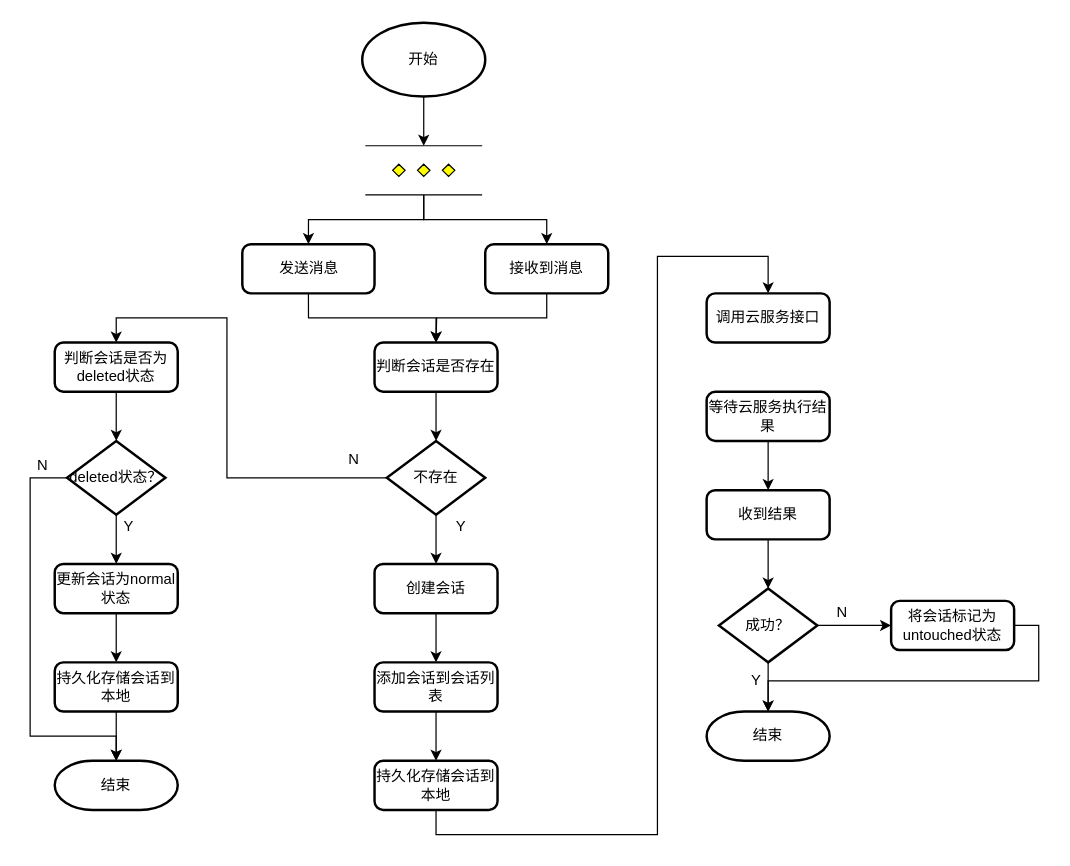
Earlier version of the draw.io diagram page "第 2 页" (2 of 10) of 获取会话列表.drawio (liuao2010/360MobileSafe). Source tidied: cells renumbered, new cells numbered last; positions are measured from the earlier drawing's top-left corner, leaving out a move shared by most shapes. Both pictures are drawn from the tidied source at 123%, with x=0, y=0 at pixel (30, 22).
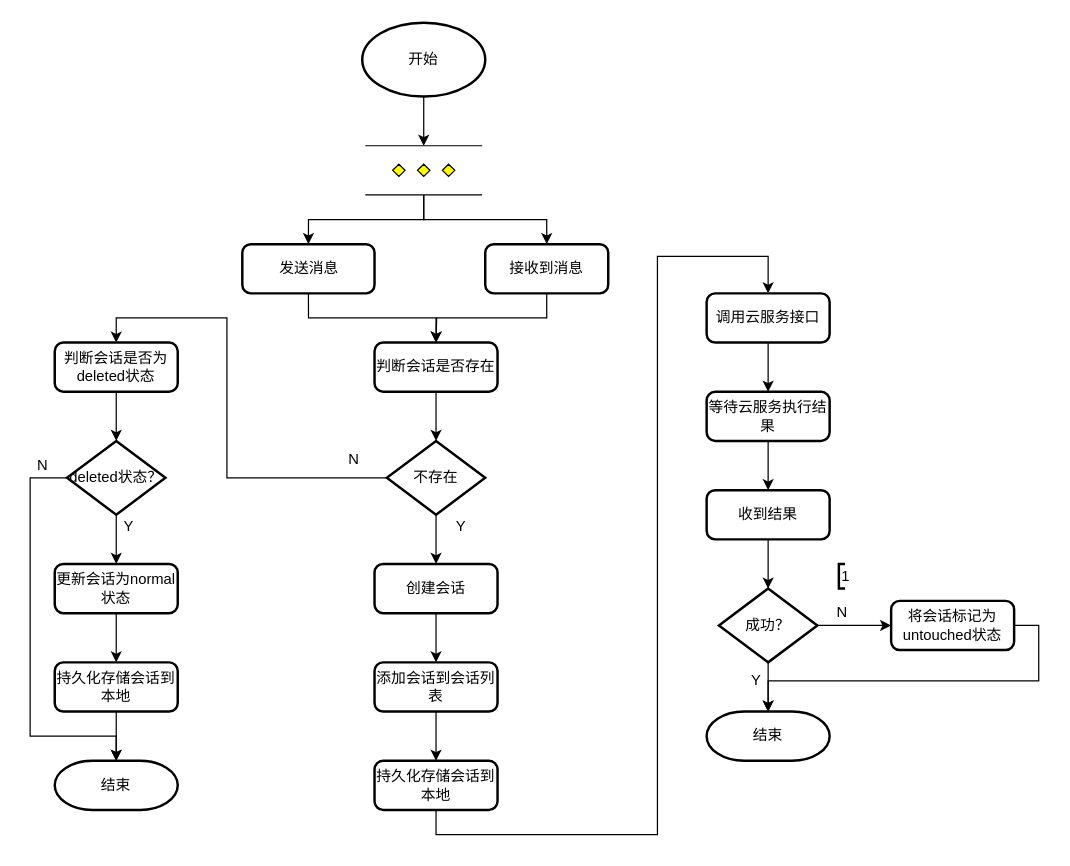
Above is the later version.

The change refers to these unchanged cells:
```xml
<mxCell id="17" value="调用云服务接口" style="rounded=1;whiteSpace=wrap;html=1;absoluteArcSize=1;arcSize=14;strokeWidth=2;" parent="1" vertex="1">
  <mxGeometry x="550" y="220" width="100" height="40" as="geometry" />
</mxCell>
<mxCell id="19" value="等待云服务执行结果" style="rounded=1;whiteSpace=wrap;html=1;absoluteArcSize=1;arcSize=14;strokeWidth=2;" parent="1" vertex="1">
  <mxGeometry x="550" y="300" width="100" height="40" as="geometry" />
</mxCell>
```

Change to the diagram source:
```diff
@@
+    <mxCell id="49" style="edgeStyle=orthogonalEdgeStyle;rounded=0;jettySize=auto;html=1;exitX=0.5;exitY=1;exitDx=0;exitDy=0;entryX=0.5;entryY=0;entryDx=0;entryDy=0;" parent="1" edge="1" source="17" target="19">
+      <mxGeometry relative="1" as="geometry" />
+    </mxCell>
@@
+    <mxCell id="50" value="1" style="strokeWidth=2;html=1;shape=mxgraph.flowchart.annotation_1;align=left;rounded=1;" parent="1" vertex="1">
+      <mxGeometry x="657.5" y="440" width="5" height="20" as="geometry" />
+    </mxCell>
```
